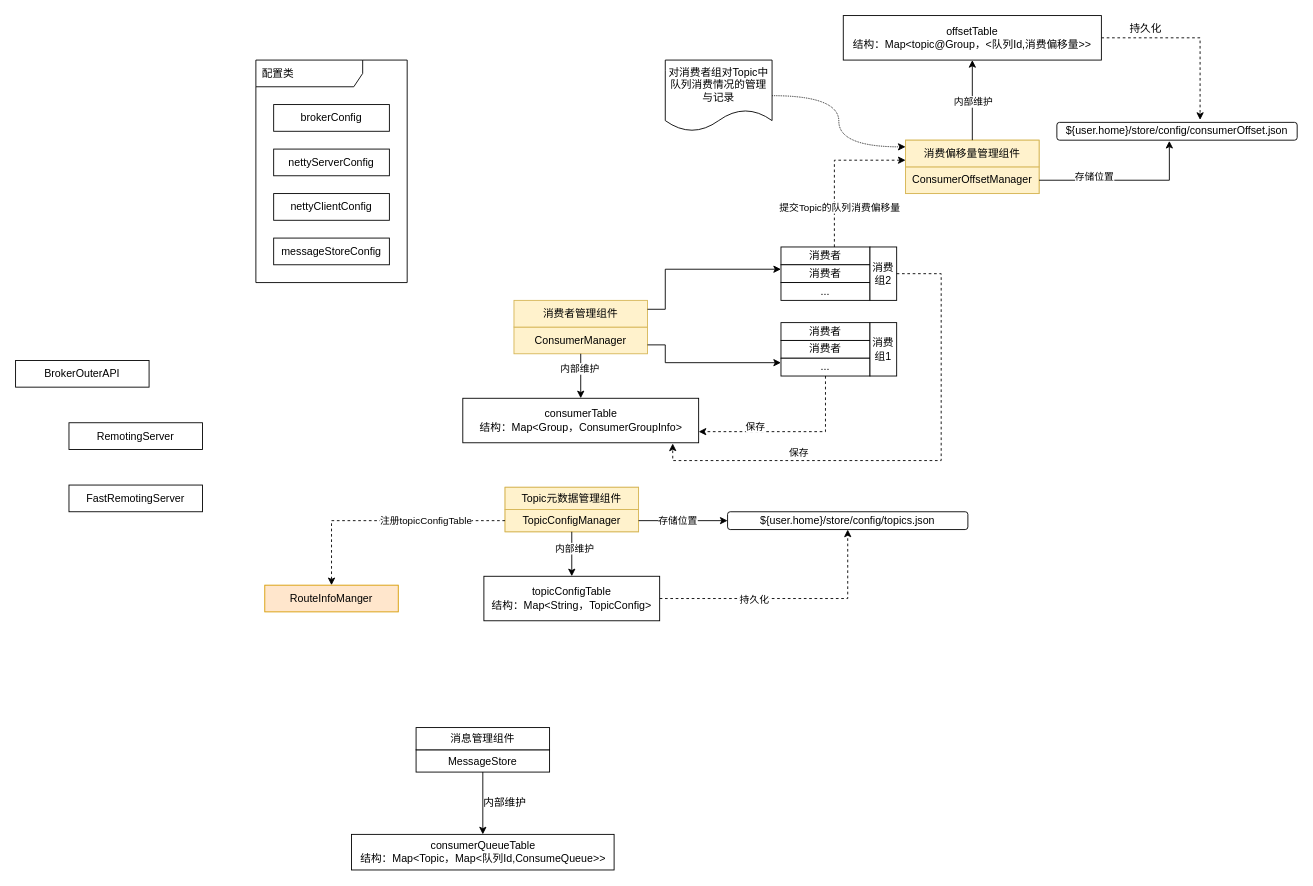
plx927/Java-Core-learning keeps this draw.io diagram as page "Broker架构" (5 of 5) of 未命名绘图.drawio. Above is the earlier version. Source tidied: cells renumbered, new cells numbered last; positions are measured from the earlier drawing's top-left corner, leaving out a move shared by most shapes. Both pictures are drawn from the tidied source at 89%, with x=0, y=0 at pixel (15, 15).
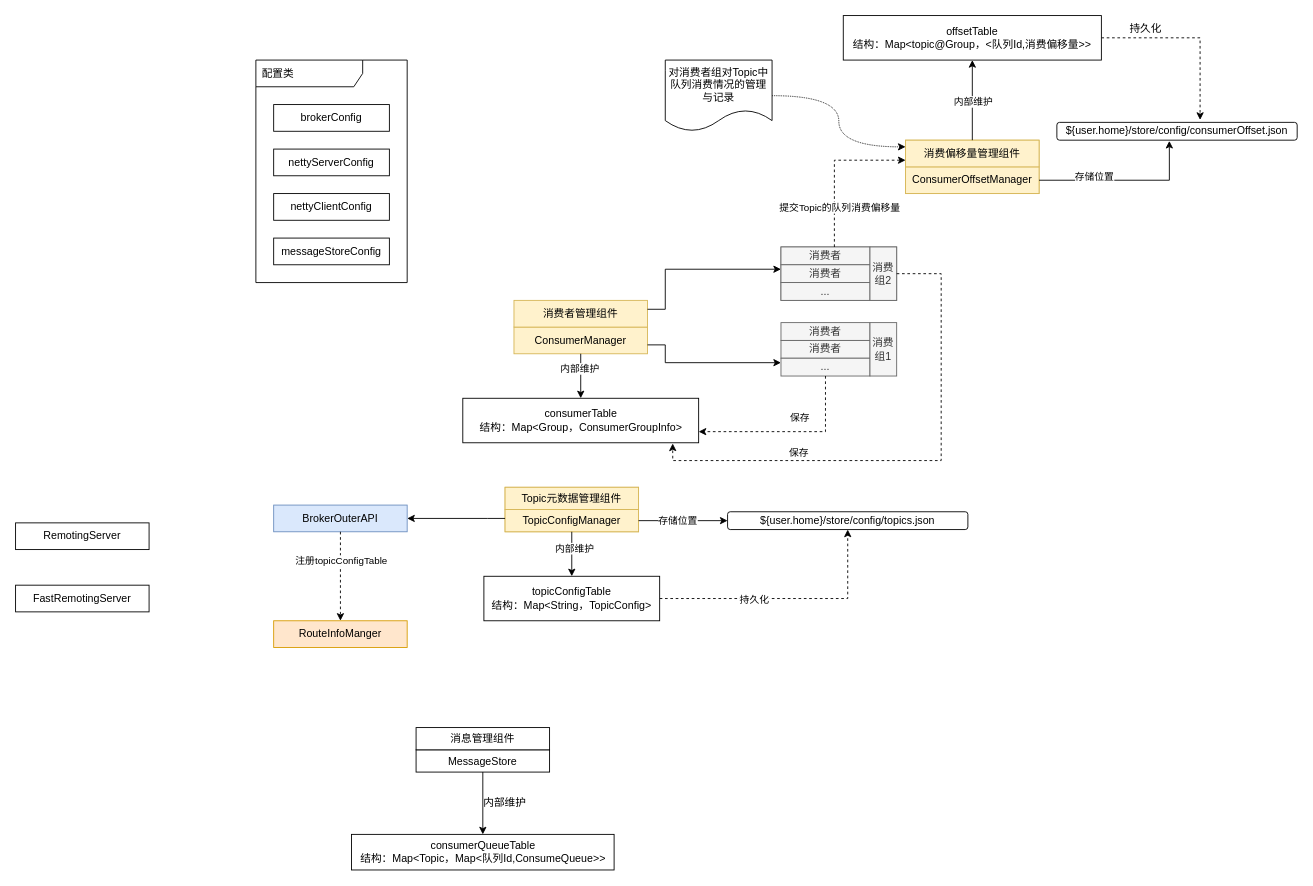
The same page after the edit.

The change refers to these unchanged cells:
```xml
<mxCell id="17" value="TopicConfigManager" style="rounded=0;whiteSpace=wrap;html=1;fillColor=#fff2cc;strokeColor=#d6b656;" parent="16" vertex="1">
  <mxGeometry y="25" width="150" height="25" as="geometry" />
</mxCell>
<mxCell id="22" style="group;" parent="1" vertex="1">
  <mxGeometry x="860" y="345" width="130" height="60" as="geometry" />
</mxCell>
<mxCell id="38" style="edgeStyle=orthogonalEdgeStyle;rounded=0;jettySize=auto;html=1;entryX=0.89;entryY=1.016;entryDx=0;entryDy=0;entryPerimeter=0;dashed=1;" parent="1" edge="1" source="31" target="34">
  <mxGeometry relative="1" as="geometry">
    <Array as="points">
      <mxPoint x="1040" y="290" />
      <mxPoint x="1040" y="500" />
      <mxPoint x="738" y="500" />
    </Array>
  </mxGeometry>
</mxCell>
```

What changed in the source:
```diff
@@
     <mxCell id="7" value="RemotingServer" style="rounded=0;whiteSpace=wrap;html=1;" parent="1" vertex="1">
-      <mxGeometry x="60" y="457.5" width="150" height="30" as="geometry" />
+      <mxGeometry y="570" width="150" height="30" as="geometry" />
     </mxCell>
     <mxCell id="8" value="FastRemotingServer" style="rounded=0;whiteSpace=wrap;html=1;" parent="1" vertex="1">
-      <mxGeometry x="60" y="527.5" width="150" height="30" as="geometry" />
+      <mxGeometry y="640" width="150" height="30" as="geometry" />
     </mxCell>
-    <mxCell id="9" value="BrokerOuterAPI" style="rounded=0;whiteSpace=wrap;html=1;" parent="1" vertex="1">
-      <mxGeometry y="387.5" width="150" height="30" as="geometry" />
+    <mxCell id="9" value="BrokerOuterAPI" style="rounded=0;whiteSpace=wrap;html=1;fillColor=#dae8fc;strokeColor=#6c8ebf;" parent="1" vertex="1">
+      <mxGeometry x="290" y="550" width="150" height="30" as="geometry" />
     </mxCell>
@@
-    <mxCell id="23" value="消费者" style="rounded=0;whiteSpace=wrap;html=1;" parent="22" vertex="1">
+    <mxCell id="23" value="消费者" style="rounded=0;whiteSpace=wrap;html=1;fillColor=#f5f5f5;fontColor=#333333;strokeColor=#666666;" parent="22" vertex="1">
       <mxGeometry width="100" height="20" as="geometry" />
     </mxCell>
-    <mxCell id="24" value="消费者" style="rounded=0;whiteSpace=wrap;html=1;" parent="22" vertex="1">
+    <mxCell id="24" value="消费者" style="rounded=0;whiteSpace=wrap;html=1;fillColor=#f5f5f5;fontColor=#333333;strokeColor=#666666;" parent="22" vertex="1">
       <mxGeometry y="20" width="100" height="20" as="geometry" />
     </mxCell>
-    <mxCell id="25" value="..." style="rounded=0;whiteSpace=wrap;html=1;" parent="22" vertex="1">
+    <mxCell id="25" value="..." style="rounded=0;whiteSpace=wrap;html=1;fillColor=#f5f5f5;fontColor=#333333;strokeColor=#666666;" parent="22" vertex="1">
       <mxGeometry y="40" width="100" height="20" as="geometry" />
     </mxCell>
-    <mxCell id="26" value="消费组1" style="rounded=0;whiteSpace=wrap;html=1;" parent="22" vertex="1">
+    <mxCell id="26" value="消费组1" style="rounded=0;whiteSpace=wrap;html=1;fillColor=#f5f5f5;fontColor=#333333;strokeColor=#666666;" parent="22" vertex="1">
       <mxGeometry x="100" width="30" height="60" as="geometry" />
     </mxCell>
-    <mxCell id="27" style="group;" parent="1" vertex="1">
+    <mxCell id="27" style="group;fillColor=#f5f5f5;fontColor=#333333;strokeColor=#666666;" parent="1" vertex="1">
       <mxGeometry x="860" y="260" width="130" height="60" as="geometry" />
     </mxCell>
-    <mxCell id="28" value="消费者" style="rounded=0;whiteSpace=wrap;html=1;" parent="27" vertex="1">
+    <mxCell id="28" value="消费者" style="rounded=0;whiteSpace=wrap;html=1;fillColor=#f5f5f5;fontColor=#333333;strokeColor=#666666;" parent="27" vertex="1">
       <mxGeometry width="100" height="20" as="geometry" />
     </mxCell>
-    <mxCell id="29" value="消费者" style="rounded=0;whiteSpace=wrap;html=1;" parent="27" vertex="1">
+    <mxCell id="29" value="消费者" style="rounded=0;whiteSpace=wrap;html=1;fillColor=#f5f5f5;fontColor=#333333;strokeColor=#666666;" parent="27" vertex="1">
       <mxGeometry y="20" width="100" height="20" as="geometry" />
     </mxCell>
-    <mxCell id="30" value="..." style="rounded=0;whiteSpace=wrap;html=1;" parent="27" vertex="1">
+    <mxCell id="30" value="..." style="rounded=0;whiteSpace=wrap;html=1;fillColor=#f5f5f5;fontColor=#333333;strokeColor=#666666;" parent="27" vertex="1">
       <mxGeometry y="40" width="100" height="20" as="geometry" />
     </mxCell>
-    <mxCell id="31" value="消费组2" style="rounded=0;whiteSpace=wrap;html=1;" parent="27" vertex="1">
+    <mxCell id="31" value="消费组2" style="rounded=0;whiteSpace=wrap;html=1;fillColor=#f5f5f5;fontColor=#333333;strokeColor=#666666;" parent="27" vertex="1">
       <mxGeometry x="100" width="30" height="60" as="geometry" />
     </mxCell>
@@
     <mxCell id="40" value="保存" style="edgeLabel;html=1;align=center;verticalAlign=middle;" parent="38" vertex="1">
       <mxGeometry x="-0.55" y="1" relative="1" as="geometry">
-        <mxPoint x="-211" y="90" as="offset" />
+        <mxPoint x="-161" y="80" as="offset" />
       </mxGeometry>
     </mxCell>
@@
     <mxCell id="64" value="RouteInfoManger" style="rounded=0;whiteSpace=wrap;html=1;fillColor=#ffe6cc;strokeColor=#d79b00;" parent="1" vertex="1">
-      <mxGeometry x="280" y="640" width="150" height="30" as="geometry" />
+      <mxGeometry x="290" y="680" width="150" height="30" as="geometry" />
     </mxCell>
-    <mxCell id="65" style="edgeStyle=orthogonalEdgeStyle;rounded=0;jettySize=auto;html=1;entryX=0.5;entryY=0;entryDx=0;entryDy=0;dashed=1;" parent="1" edge="1" source="17" target="64">
+    <mxCell id="65" style="edgeStyle=orthogonalEdgeStyle;rounded=0;jettySize=auto;html=1;entryX=0.5;entryY=0;entryDx=0;entryDy=0;dashed=1;exitX=0.5;exitY=1;exitDx=0;exitDy=0;" parent="1" edge="1" source="9" target="64">
       <mxGeometry relative="1" as="geometry" />
     </mxCell>
     <mxCell id="66" value="注册topicConfigTable" style="edgeLabel;html=1;align=center;verticalAlign=middle;" parent="65" vertex="1">
-      <mxGeometry x="0.62" y="4" relative="1" as="geometry">
-        <mxPoint x="101" y="-22" as="offset" />
-      </mxGeometry>
+      <mxGeometry x="-0.36" relative="1" as="geometry" />
     </mxCell>
+    <mxCell id="67" style="edgeStyle=orthogonalEdgeStyle;rounded=0;jettySize=auto;html=1;" parent="1" edge="1" source="17" target="9">
+      <mxGeometry relative="1" as="geometry">
+        <Array as="points">
+          <mxPoint x="530" y="565" />
+          <mxPoint x="530" y="565" />
+        </Array>
+      </mxGeometry>
+    </mxCell>
```
